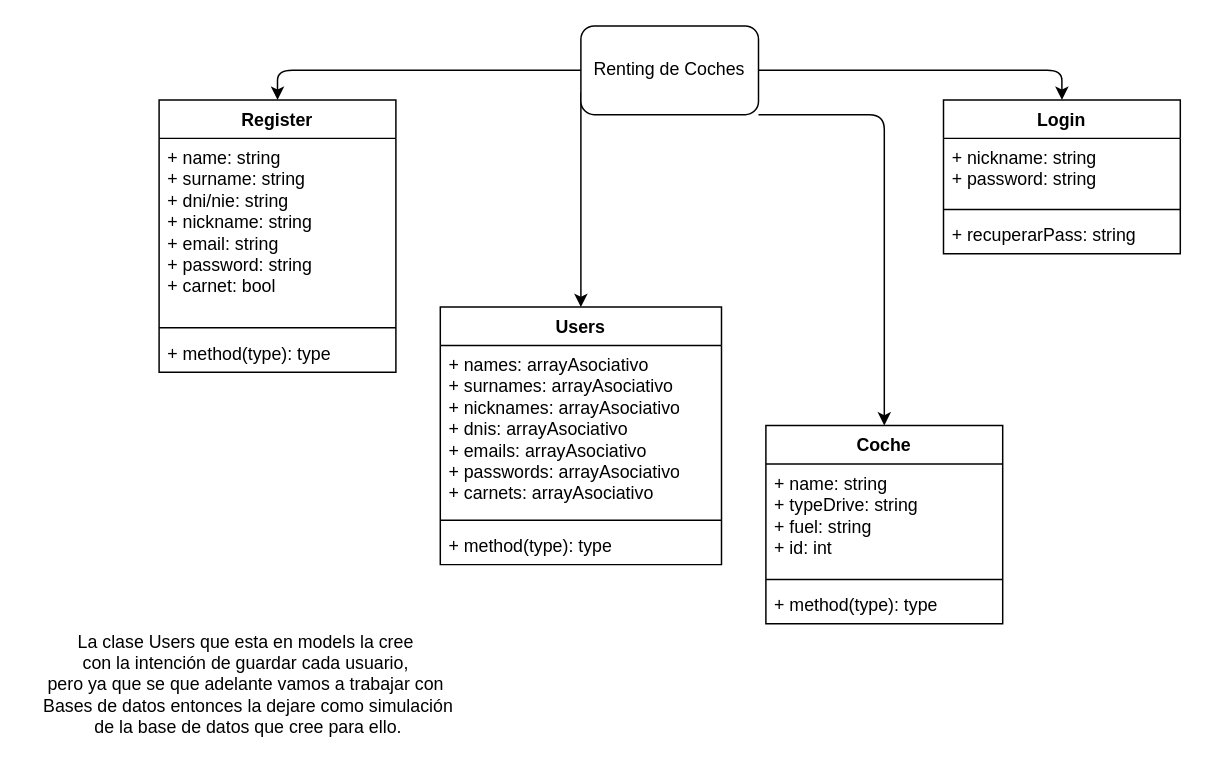
AngelSalgado555/POO_AngelS keeps this draw.io diagram as UML.drawio. Above is the earlier version. Source tidied: cells renumbered, new cells numbered last; positions are measured from the earlier drawing's top-left corner, leaving out a move shared by most shapes. Both pictures are drawn from the tidied source at 148%, with x=0, y=0 at pixel (25, 25).
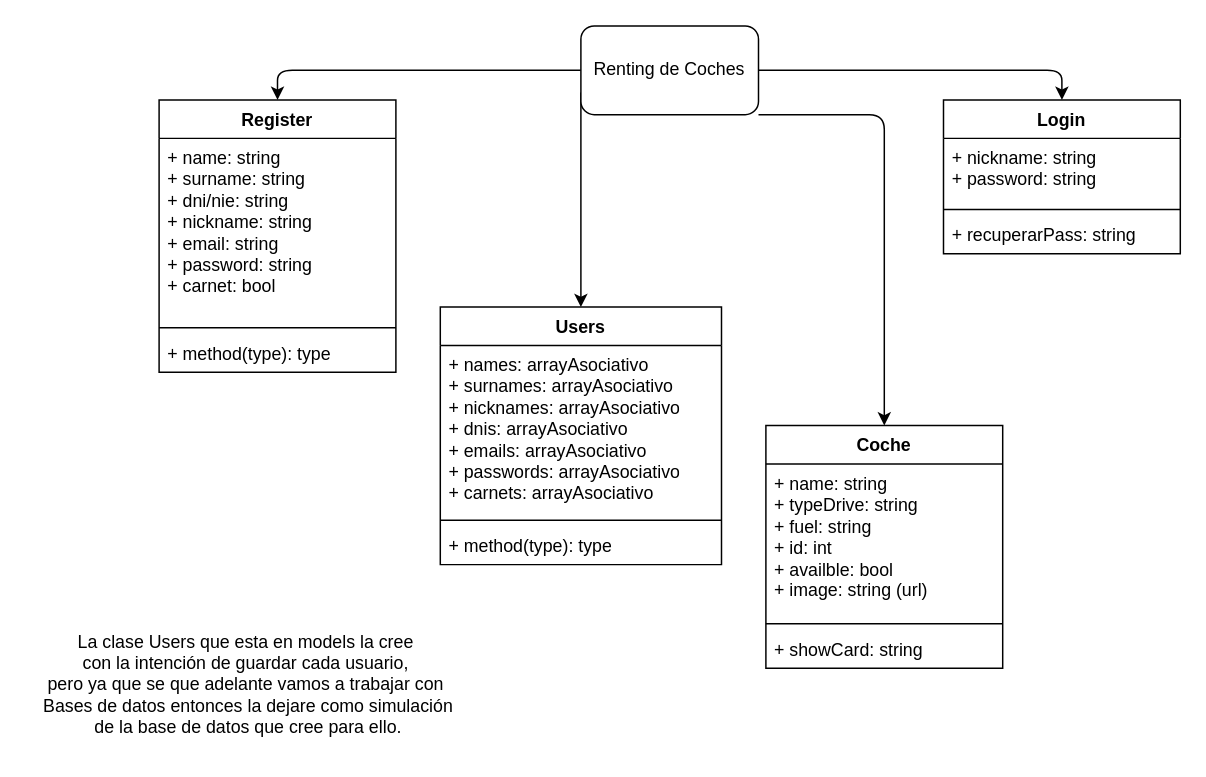
The same page after the edit.

The edit, as a diff of the source:
```diff
@@
     <mxCell id="20" value="Coche" style="swimlane;fontStyle=1;align=center;verticalAlign=top;horizontal=1;startSize=26;whiteSpace=wrap;html=1;" parent="1" vertex="1">
-      <mxGeometry x="500" y="270" width="160" height="134" as="geometry" />
+      <mxGeometry x="500" y="270" width="160" height="164" as="geometry" />
     </mxCell>
-    <mxCell id="21" value="+ name: string&amp;nbsp;&lt;div&gt;+ typeDrive: string&lt;/div&gt;&lt;div&gt;+ fuel: string&lt;/div&gt;&lt;div&gt;+ id: int&lt;/div&gt;&lt;div&gt;&lt;br&gt;&lt;/div&gt;" style="text;strokeColor=none;fillColor=none;align=left;verticalAlign=top;spacingLeft=4;spacingRight=4;overflow=hidden;whiteSpace=wrap;html=1;" parent="20" vertex="1">
-      <mxGeometry y="26" width="160" height="74" as="geometry" />
+    <mxCell id="21" value="+ name: string&amp;nbsp;&lt;div&gt;+ typeDrive: string&lt;/div&gt;&lt;div&gt;+ fuel: string&lt;/div&gt;&lt;div&gt;+ id: int&lt;/div&gt;&lt;div&gt;+ availble: bool&lt;/div&gt;&lt;div&gt;+ image: string (url)&lt;/div&gt;&lt;div&gt;&lt;br&gt;&lt;/div&gt;" style="text;strokeColor=none;fillColor=none;align=left;verticalAlign=top;spacingLeft=4;spacingRight=4;overflow=hidden;whiteSpace=wrap;html=1;" parent="20" vertex="1">
+      <mxGeometry y="26" width="160" height="104" as="geometry" />
     </mxCell>
     <mxCell id="22" style="line;strokeWidth=1;fillColor=none;align=left;verticalAlign=middle;spacingTop=-1;spacingLeft=3;spacingRight=3;labelPosition=right;strokeColor=inherit;" parent="20" vertex="1">
-      <mxGeometry y="100" width="160" height="8" as="geometry" />
+      <mxGeometry y="130" width="160" height="8" as="geometry" />
     </mxCell>
-    <mxCell id="23" value="+ method(type): type" style="text;strokeColor=none;fillColor=none;align=left;verticalAlign=top;spacingLeft=4;spacingRight=4;overflow=hidden;whiteSpace=wrap;html=1;" parent="20" vertex="1">
-      <mxGeometry y="108" width="160" height="26" as="geometry" />
+    <mxCell id="23" value="+ showCard: string" style="text;strokeColor=none;fillColor=none;align=left;verticalAlign=top;spacingLeft=4;spacingRight=4;overflow=hidden;whiteSpace=wrap;html=1;" parent="20" vertex="1">
+      <mxGeometry y="138" width="160" height="26" as="geometry" />
     </mxCell>
```
